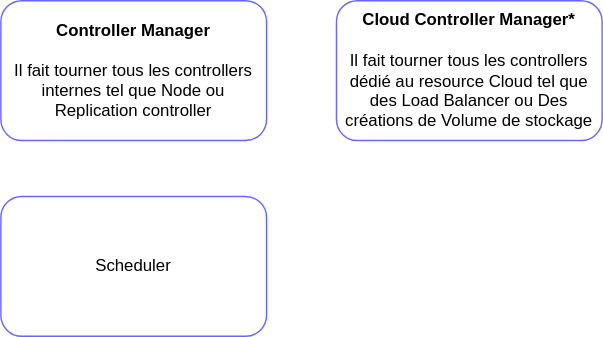
Before: images/architecture-K8S.drawio.svg, a diagram exported from draw.io (obeyler/Formation-K8S). Source tidied: cells renumbered, new cells last; positions are measured from the earlier drawing's top-left corner, leaving out a move shared by most shapes.
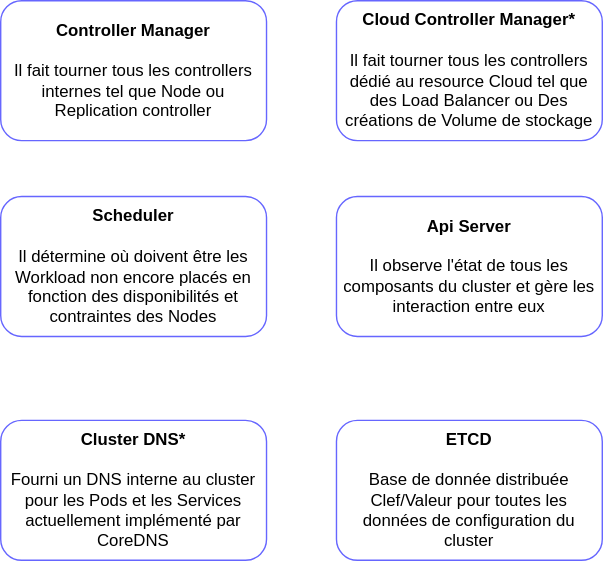
After the change.

What changed in the source:
```diff
@@ -8,8 +8,17 @@
     <mxCell id="3" value="&lt;b&gt;Cloud Controller Manager*&lt;/b&gt;&lt;br&gt;&lt;br&gt;Il fait tourner tous les controllers dédié au resource Cloud tel que des Load Balancer ou Des créations de Volume de stockage" style="rounded=1;whiteSpace=wrap;html=1;strokeColor=#6666FF;" parent="1" vertex="1">
       <mxGeometry x="240" width="190" height="100" as="geometry" />
     </mxCell>
-    <mxCell id="4" value="Scheduler&lt;br&gt;" style="rounded=1;whiteSpace=wrap;html=1;strokeColor=#6666FF;" parent="1" vertex="1">
+    <mxCell id="4" value="&lt;b&gt;Scheduler&lt;br&gt;&lt;/b&gt;&lt;br&gt;Il détermine où doivent être les Workload non encore placés en fonction des disponibilités et contraintes des Nodes" style="rounded=1;whiteSpace=wrap;html=1;strokeColor=#6666FF;" parent="1" vertex="1">
       <mxGeometry y="140" width="190" height="100" as="geometry" />
     </mxCell>
+    <mxCell id="5" value="&lt;b&gt;Api Server&lt;br&gt;&lt;/b&gt;&lt;br&gt;Il observe l'état de tous les composants du cluster et gère les interaction entre eux" style="rounded=1;whiteSpace=wrap;html=1;strokeColor=#6666FF;" parent="1" vertex="1">
+      <mxGeometry x="240" y="140" width="190" height="100" as="geometry" />
+    </mxCell>
+    <mxCell id="6" value="&lt;b&gt;ETCD&lt;br&gt;&lt;/b&gt;&lt;br&gt;Base de donnée distribuée Clef/Valeur pour toutes les données de configuration du cluster" style="rounded=1;whiteSpace=wrap;html=1;strokeColor=#6666FF;" parent="1" vertex="1">
+      <mxGeometry x="240" y="300" width="190" height="100" as="geometry" />
+    </mxCell>
+    <mxCell id="7" value="&lt;b&gt;Cluster DNS*&lt;br&gt;&lt;/b&gt;&lt;br&gt;Fourni un DNS interne au cluster pour les Pods et les Services&lt;br&gt;actuellement implémenté par CoreDNS" style="rounded=1;whiteSpace=wrap;html=1;strokeColor=#6666FF;" parent="1" vertex="1">
+      <mxGeometry y="300" width="190" height="100" as="geometry" />
+    </mxCell>
   </root>
 </mxGraphModel>
```
